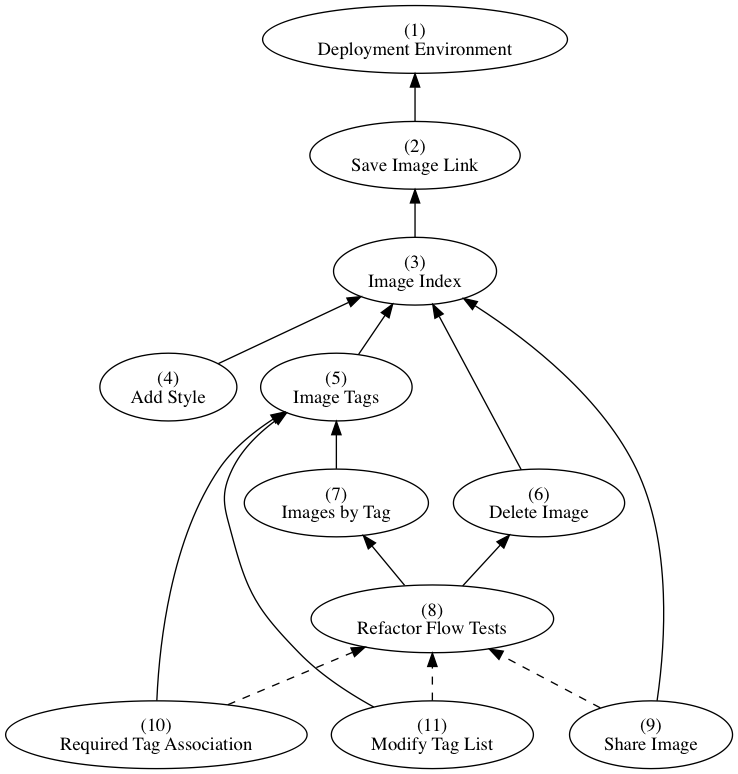
Before: dependencies.png, a diagram exported from Graphviz (AppFolioOnboarding/tasks). Its source is kept beside it as dependencies.dot.
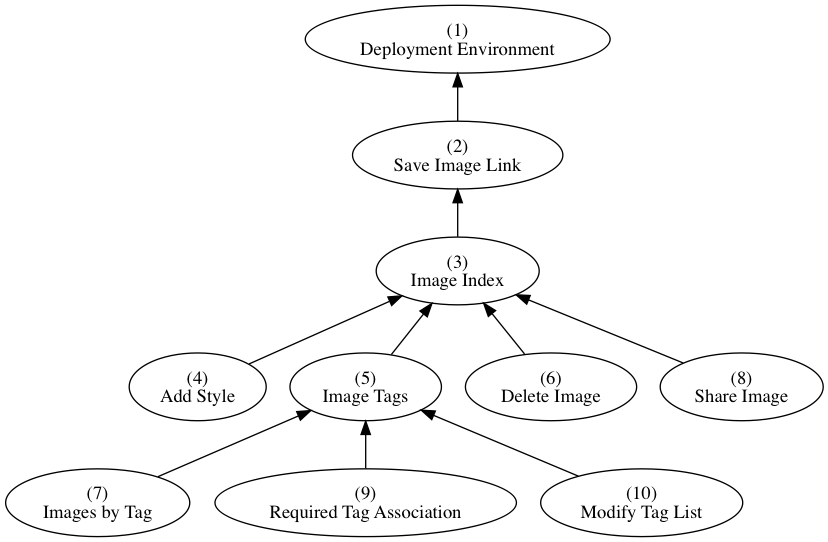
The same file after the commit.

Commit message:
Combine flow test issue with delete issue

Diff of the diagram source:
```diff
@@ -8,10 +8,9 @@
   "Image Tags" [label="(5)\nImage Tags"]
   "Delete Image" [label="(6)\nDelete Image"]
   "Images by Tag" [label="(7)\nImages by Tag"]
-  "Refactor Flow Tests" [label="(8)\nRefactor Flow Tests"]
-  "Share Image" [label="(9)\nShare Image"]
-  "Required Tag Association" [label="(10)\nRequired Tag Association"]
-  "Modify Tag List" [label="(11)\nModify Tag List"]
+  "Share Image" [label="(8)\nShare Image"]
+  "Required Tag Association" [label="(9)\nRequired Tag Association"]
+  "Modify Tag List" [label="(10)\nModify Tag List"]
 
   "Add Style" -> "Image Index"
   "Delete Image" -> "Image Index"
@@ -19,12 +18,7 @@
   "Image Tags" -> "Image Index"
   "Images by Tag" -> "Image Tags"
   "Modify Tag List" -> "Image Tags"
-  "Modify Tag List" -> "Refactor Flow Tests" [style=dashed]
-  "Refactor Flow Tests" -> "Delete Image"
-  "Refactor Flow Tests" -> "Images by Tag"
   "Required Tag Association" -> "Image Tags"
-  "Required Tag Association" -> "Refactor Flow Tests" [style=dashed]
   "Save Image Link" -> "Deployment Environment"
   "Share Image" -> "Image Index"
-  "Share Image" -> "Refactor Flow Tests" [style=dashed]
 }
```
